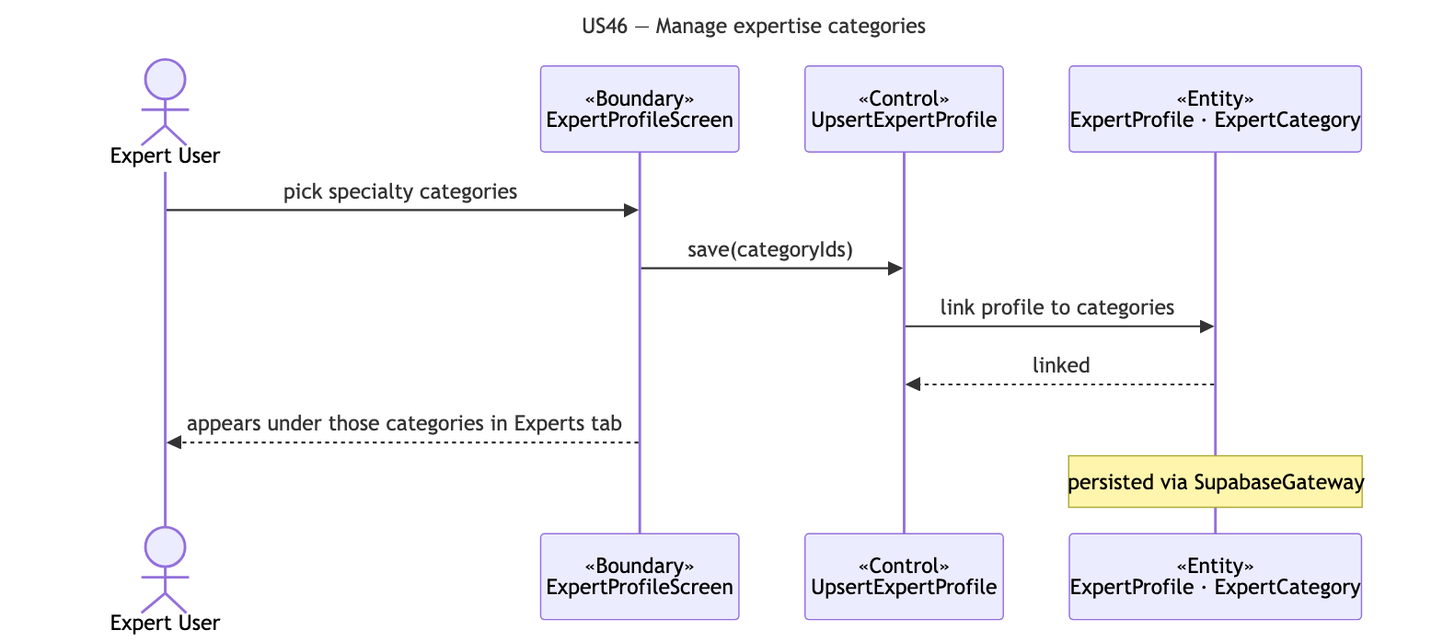
This is docs/deliverables/sequence-diagrams/US46-expert-categories.png from cyuanjun/FYP-26-S2-37-app, a Mermaid export, as it was before one commit. Its source is kept beside it as docs/deliverables/sequence-diagrams/src/US46-expert-categories.mmd.
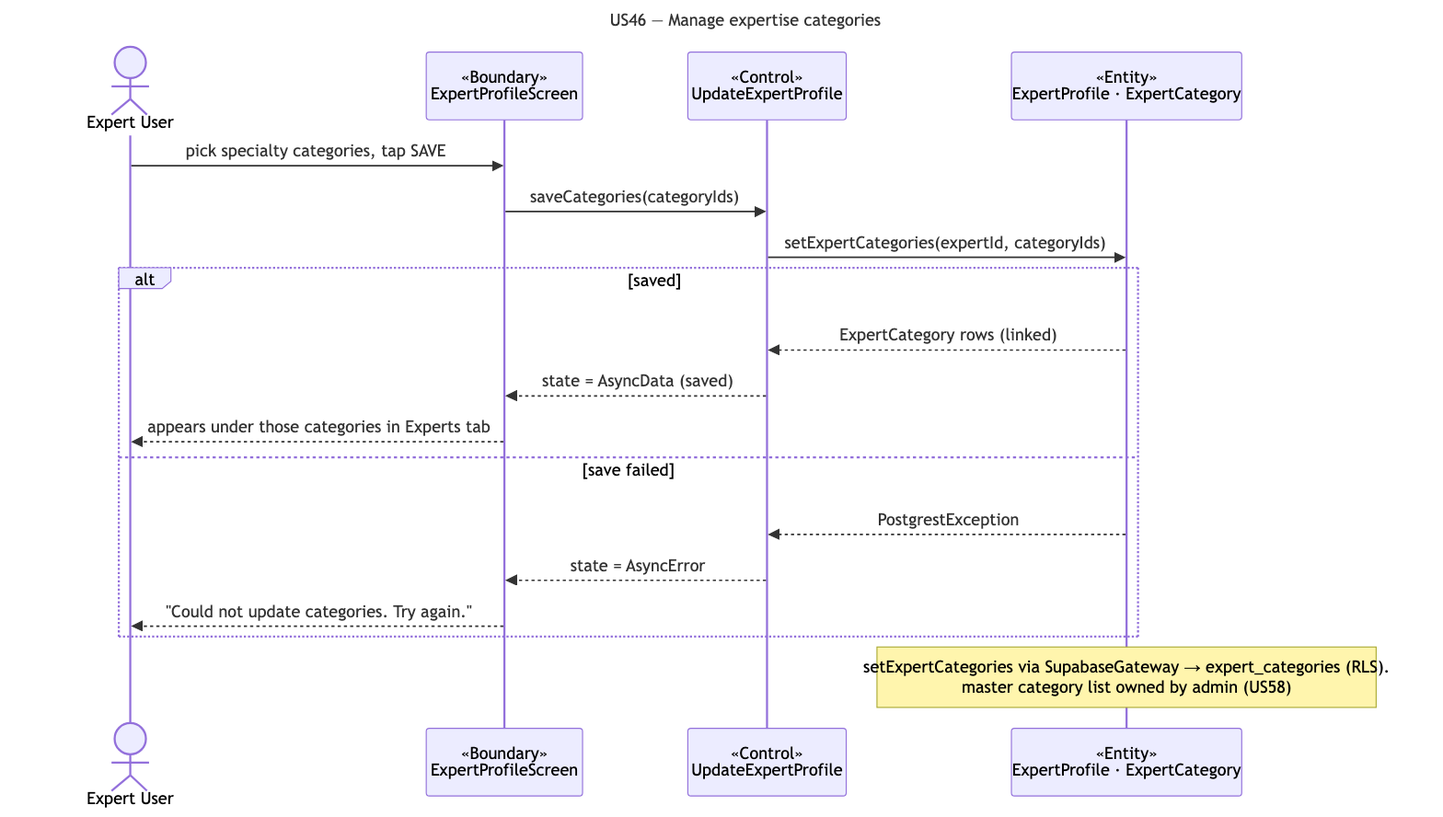
After the change.

What changed in the source:
```diff
@@ -4,11 +4,18 @@
 sequenceDiagram
   actor A as Expert User
   participant B as «Boundary»<br/>ExpertProfileScreen
-  participant C as «Control»<br/>UpsertExpertProfile
+  participant C as «Control»<br/>UpdateExpertProfile
   participant E as «Entity»<br/>ExpertProfile · ExpertCategory
-  A->>B: pick specialty categories
-  B->>C: save(categoryIds)
-  C->>E: link profile to categories
-  E-->>C: linked
-  B-->>A: appears under those categories in Experts tab
-  note over E: persisted via SupabaseGateway
+  A->>B: pick specialty categories, tap SAVE
+  B->>C: saveCategories(categoryIds)
+  C->>E: setExpertCategories(expertId, categoryIds)
+  alt saved
+    E-->>C: ExpertCategory rows (linked)
+    C-->>B: state = AsyncData (saved)
+    B-->>A: appears under those categories in Experts tab
+  else save failed
+    E-->>C: PostgrestException
+    C-->>B: state = AsyncError
+    B-->>A: "Could not update categories. Try again."
+  end
+  note over E: setExpertCategories via SupabaseGateway → expert_categories (RLS).<br/>master category list owned by admin (US58)
```
